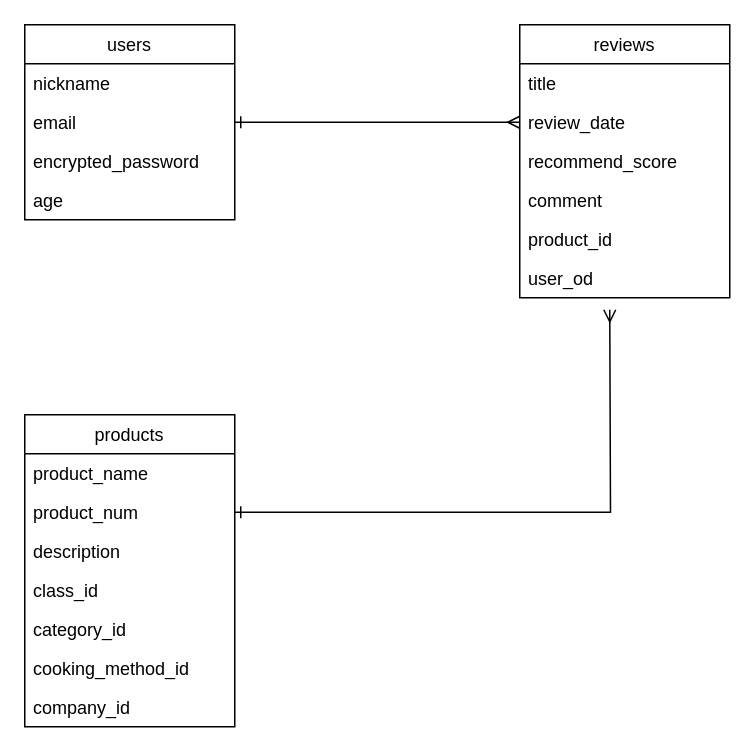
This is reito-36114.dio from yanagiraku/reito-36114-app, a draw.io file, before an edit. Source tidied: cells renumbered, new cells numbered last; positions are measured from the earlier drawing's top-left corner, leaving out a move shared by most shapes. Both pictures are drawn from the tidied source at 150%, with x=0, y=0 at pixel (24, 24).
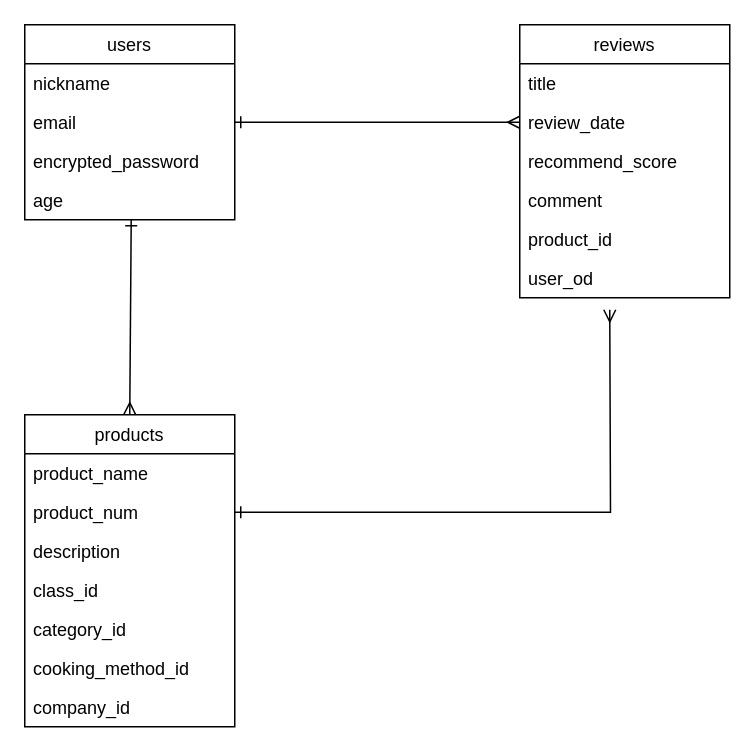
After the change.

The change refers to these unchanged cells:
```xml
<mxCell id="6" value="age" style="text;strokeColor=none;fillColor=none;align=left;verticalAlign=top;spacingLeft=4;spacingRight=4;overflow=hidden;points=[[0,0.5],[1,0.5]];portConstraint=eastwest;" parent="2" vertex="1">
  <mxGeometry y="104" width="140" height="26" as="geometry" />
</mxCell>
```

Change to the diagram source:
```diff
@@
+    <mxCell id="24" style="rounded=0;jettySize=auto;html=1;exitX=0.507;exitY=1;exitDx=0;exitDy=0;exitPerimeter=0;startArrow=ERone;startFill=0;endArrow=ERmany;endFill=0;" parent="1" edge="1" source="6">
+      <mxGeometry relative="1" as="geometry">
+        <mxPoint x="70" y="260" as="targetPoint" />
+      </mxGeometry>
+    </mxCell>
```
